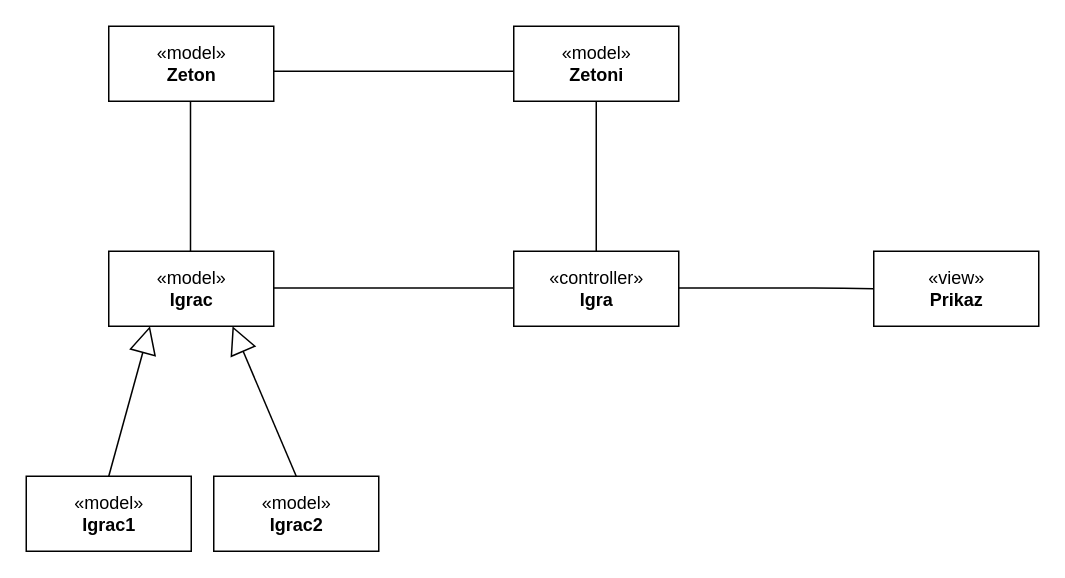
Above: page "dijagram_klasa_arhitekture_connect4" (1 of 2) of ClassDiagram.drawio in LauraMemedovic/connect-four (draw.io), before the change. Source tidied: cells renumbered, new cells numbered last; positions are measured from the earlier drawing's top-left corner, leaving out a move shared by most shapes. Both pictures are drawn from the tidied source at 150%, with x=0, y=0 at pixel (26, 26).
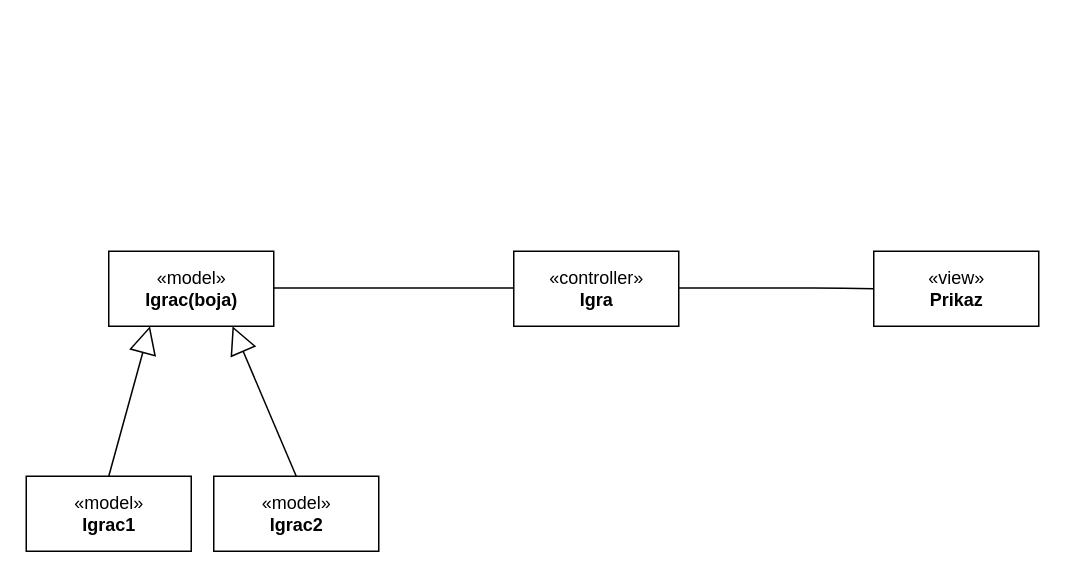
The same diagram, later.

Unchanged cells that the change refers to:
```xml
<mxCell id="4" value="«controller»&lt;br&gt;&lt;b&gt;Igra&lt;/b&gt;" style="html=1;" parent="1" vertex="1">
  <mxGeometry x="325" y="150" width="110" height="50" as="geometry" />
</mxCell>
```

What changed in the source:
```diff
@@
-    <mxCell id="2" value="«model»&lt;br&gt;&lt;b&gt;Zeton&lt;br&gt;&lt;/b&gt;" style="html=1;" parent="1" vertex="1">
-      <mxGeometry x="55" width="110" height="50" as="geometry" />
-    </mxCell>
@@
-    <mxCell id="5" value="«model»&lt;br&gt;&lt;b&gt;Zetoni&lt;/b&gt;" style="html=1;" parent="1" vertex="1">
-      <mxGeometry x="325" width="110" height="50" as="geometry" />
-    </mxCell>
-    <mxCell id="6" value="«model»&lt;br&gt;&lt;b&gt;Igrac&lt;/b&gt;" style="html=1;" parent="1" vertex="1">
+    <mxCell id="6" value="«model»&lt;br&gt;&lt;b&gt;Igrac(boja)&lt;/b&gt;" style="html=1;" parent="1" vertex="1">
       <mxGeometry x="55" y="150" width="110" height="50" as="geometry" />
     </mxCell>
@@
-    <mxCell id="11" style="endArrow=none;html=1;edgeStyle=orthogonalEdgeStyle;" parent="1" edge="1">
-      <mxGeometry relative="1" as="geometry">
-        <mxPoint x="165" y="30" as="sourcePoint" />
-        <mxPoint x="325" y="30" as="targetPoint" />
-        <Array as="points">
-          <mxPoint x="205" y="30.5" />
-          <mxPoint x="205" y="30.5" />
-        </Array>
-      </mxGeometry>
-    </mxCell>
-    <mxCell id="12" style="endArrow=none;html=1;edgeStyle=orthogonalEdgeStyle;exitX=0.5;exitY=1;exitDx=0;exitDy=0;entryX=0.5;entryY=0;entryDx=0;entryDy=0;" parent="1" edge="1" source="5" target="4">
-      <mxGeometry relative="1" as="geometry">
-        <Array as="points">
-          <mxPoint x="380" y="120" />
-          <mxPoint x="380" y="120" />
-        </Array>
-      </mxGeometry>
-    </mxCell>
-    <mxCell id="13" style="endArrow=none;html=1;edgeStyle=orthogonalEdgeStyle;exitX=0.5;exitY=1;exitDx=0;exitDy=0;entryX=0.5;entryY=0;entryDx=0;entryDy=0;" parent="1" edge="1">
-      <mxGeometry relative="1" as="geometry">
-        <mxPoint x="109.5" y="50" as="sourcePoint" />
-        <mxPoint x="109.5" y="150" as="targetPoint" />
-        <Array as="points">
-          <mxPoint x="109.5" y="120" />
-          <mxPoint x="109.5" y="120" />
-        </Array>
-      </mxGeometry>
-    </mxCell>
```
